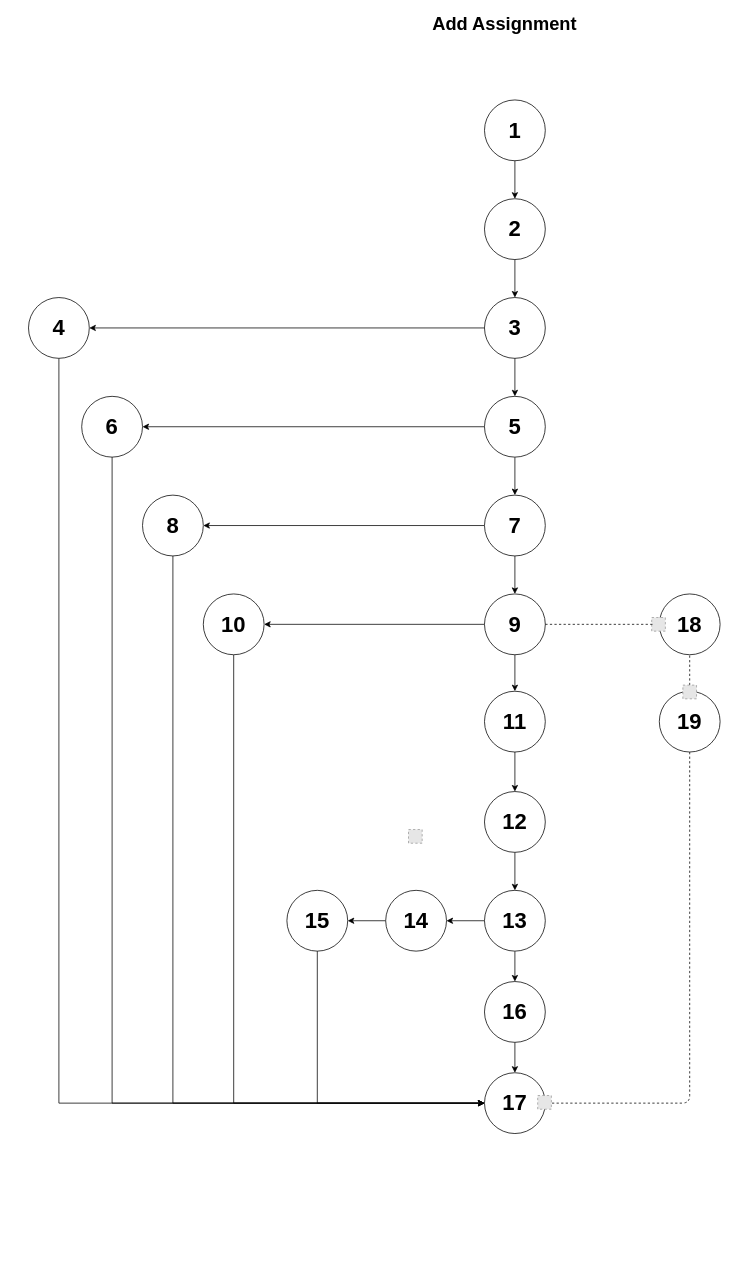
This is schema.drawio from andreideaconu/LabAssignAssess, a draw.io file, before an edit. Source tidied: cells renumbered, new cells numbered last; positions are measured from the earlier drawing's top-left corner, leaving out a move shared by most shapes. Both pictures are drawn from the tidied source at 76%, with x=0, y=0 at pixel (28, 16). Pictures stored in the file or linked from it are replaced by grey dashed boxes.
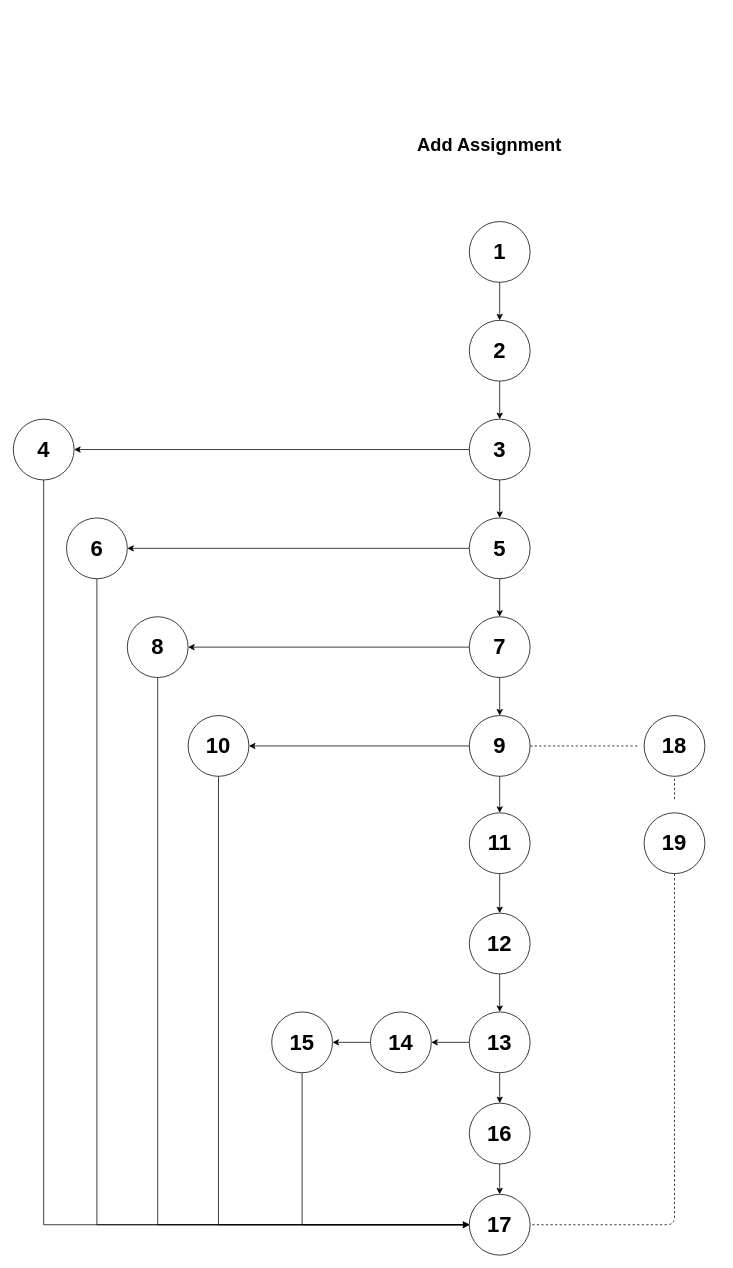
The same diagram, later.

What changed in the source:
```diff
@@
-    <mxCell id="2" style="group;" parent="1" vertex="1">
-      <mxGeometry width="910" height="1470" as="geometry" />
-    </mxCell>
-    <mxCell id="3" style="group;" parent="2" vertex="1">
-      <mxGeometry width="910" height="1470" as="geometry" />
-    </mxCell>
+    <mxCell id="40" style="edgeStyle=orthogonalEdgeStyle;rounded=0;jettySize=auto;html=1;" parent="1" edge="1" source="4" target="39">
+      <mxGeometry relative="1" as="geometry" />
+    </mxCell>
-    <mxCell id="4" value="&lt;font style=&quot;font-size: 29px&quot;&gt;&lt;b&gt;1&lt;/b&gt;&lt;/font&gt;" style="ellipse;whiteSpace=wrap;html=1;" parent="3" vertex="1">
-      <mxGeometry x="600" y="110" width="80" height="80" as="geometry" />
+    <mxCell id="4" value="&lt;font style=&quot;font-size: 29px&quot;&gt;&lt;b&gt;1&lt;/b&gt;&lt;/font&gt;" style="ellipse;whiteSpace=wrap;html=1;" parent="1" vertex="1">
+      <mxGeometry x="580" y="270" width="80" height="80" as="geometry" />
     </mxCell>
-    <mxCell id="5" value="&lt;font size=&quot;1&quot;&gt;&lt;b style=&quot;font-size: 24px&quot;&gt;Add Assignment&amp;nbsp;&lt;/b&gt;&lt;/font&gt;" style="text;html=1;strokeColor=none;fillColor=none;align=center;verticalAlign=middle;whiteSpace=wrap;rounded=0;" parent="3" vertex="1">
-      <mxGeometry x="480" width="300" height="20" as="geometry" />
+    <mxCell id="5" value="&lt;font size=&quot;1&quot;&gt;&lt;b style=&quot;font-size: 24px&quot;&gt;Add Assignment&amp;nbsp;&lt;/b&gt;&lt;/font&gt;" style="text;html=1;strokeColor=none;fillColor=none;align=center;verticalAlign=middle;whiteSpace=wrap;rounded=0;" parent="1" vertex="1">
+      <mxGeometry x="460" y="160" width="300" height="20" as="geometry" />
     </mxCell>
-    <mxCell id="6" value="&lt;font style=&quot;font-size: 29px&quot;&gt;&lt;b&gt;19&lt;/b&gt;&lt;/font&gt;" style="ellipse;whiteSpace=wrap;html=1;" parent="3" vertex="1">
-      <mxGeometry x="830" y="888" width="80" height="80" as="geometry" />
+    <mxCell id="6" value="&lt;font style=&quot;font-size: 29px&quot;&gt;&lt;b&gt;19&lt;/b&gt;&lt;/font&gt;" style="ellipse;whiteSpace=wrap;html=1;" parent="1" vertex="1">
+      <mxGeometry x="810" y="1048" width="80" height="80" as="geometry" />
     </mxCell>
+    <mxCell id="13" style="edgeStyle=orthogonalEdgeStyle;rounded=0;jettySize=auto;html=1;entryX=0;entryY=0.5;entryDx=0;entryDy=0;" parent="1" edge="1" source="7" target="12">
+      <mxGeometry relative="1" as="geometry">
+        <Array as="points">
+          <mxPoint x="90" y="700" />
+          <mxPoint x="90" y="1590" />
+        </Array>
+      </mxGeometry>
+    </mxCell>
-    <mxCell id="7" value="&lt;span style=&quot;font-size: 29px&quot;&gt;&lt;b&gt;6&lt;/b&gt;&lt;/span&gt;" style="ellipse;whiteSpace=wrap;html=1;" parent="3" vertex="1">
-      <mxGeometry x="70" y="500" width="80" height="80" as="geometry" />
+    <mxCell id="7" value="&lt;span style=&quot;font-size: 29px&quot;&gt;&lt;b&gt;6&lt;/b&gt;&lt;/span&gt;" style="ellipse;whiteSpace=wrap;html=1;" parent="1" vertex="1">
+      <mxGeometry x="50" y="660" width="80" height="80" as="geometry" />
     </mxCell>
-    <mxCell id="8" value="&lt;font style=&quot;font-size: 29px&quot;&gt;&lt;b&gt;18&lt;/b&gt;&lt;/font&gt;" style="ellipse;whiteSpace=wrap;html=1;" parent="3" vertex="1">
-      <mxGeometry x="830" y="760" width="80" height="80" as="geometry" />
+    <mxCell id="8" value="&lt;font style=&quot;font-size: 29px&quot;&gt;&lt;b&gt;18&lt;/b&gt;&lt;/font&gt;" style="ellipse;whiteSpace=wrap;html=1;" parent="1" vertex="1">
+      <mxGeometry x="810" y="920" width="80" height="80" as="geometry" />
     </mxCell>
+    <mxCell id="14" style="edgeStyle=orthogonalEdgeStyle;rounded=0;jettySize=auto;html=1;entryX=0;entryY=0.5;entryDx=0;entryDy=0;exitX=0.5;exitY=1;exitDx=0;exitDy=0;" parent="1" edge="1" source="9" target="12">
+      <mxGeometry relative="1" as="geometry">
+        <Array as="points">
+          <mxPoint x="360" y="1590" />
+        </Array>
+      </mxGeometry>
+    </mxCell>
-    <mxCell id="9" value="&lt;font style=&quot;font-size: 29px&quot;&gt;&lt;b&gt;15&lt;/b&gt;&lt;/font&gt;" style="ellipse;whiteSpace=wrap;html=1;" parent="3" vertex="1">
-      <mxGeometry x="340" y="1150" width="80" height="80" as="geometry" />
+    <mxCell id="9" value="&lt;font style=&quot;font-size: 29px&quot;&gt;&lt;b&gt;15&lt;/b&gt;&lt;/font&gt;" style="ellipse;whiteSpace=wrap;html=1;" parent="1" vertex="1">
+      <mxGeometry x="320" y="1310" width="80" height="80" as="geometry" />
     </mxCell>
-    <mxCell id="10" style="edgeStyle=orthogonalEdgeStyle;rounded=0;jettySize=auto;html=1;entryX=1;entryY=0.5;entryDx=0;entryDy=0;" parent="3" edge="1" source="11" target="9">
+    <mxCell id="10" style="edgeStyle=orthogonalEdgeStyle;rounded=0;jettySize=auto;html=1;entryX=1;entryY=0.5;entryDx=0;entryDy=0;" parent="1" edge="1" source="11" target="9">
       <mxGeometry relative="1" as="geometry" />
     </mxCell>
-    <mxCell id="11" value="&lt;font style=&quot;font-size: 29px&quot;&gt;&lt;b&gt;14&lt;/b&gt;&lt;/font&gt;" style="ellipse;whiteSpace=wrap;html=1;" parent="3" vertex="1">
-      <mxGeometry x="470" y="1150" width="80" height="80" as="geometry" />
+    <mxCell id="11" value="&lt;font style=&quot;font-size: 29px&quot;&gt;&lt;b&gt;14&lt;/b&gt;&lt;/font&gt;" style="ellipse;whiteSpace=wrap;html=1;" parent="1" vertex="1">
+      <mxGeometry x="450" y="1310" width="80" height="80" as="geometry" />
     </mxCell>
-    <mxCell id="12" value="&lt;font style=&quot;font-size: 29px&quot;&gt;&lt;b&gt;17&lt;/b&gt;&lt;/font&gt;" style="ellipse;whiteSpace=wrap;html=1;" parent="3" vertex="1">
-      <mxGeometry x="600" y="1390" width="80" height="80" as="geometry" />
+    <mxCell id="12" value="&lt;font style=&quot;font-size: 29px&quot;&gt;&lt;b&gt;17&lt;/b&gt;&lt;/font&gt;" style="ellipse;whiteSpace=wrap;html=1;" parent="1" vertex="1">
+      <mxGeometry x="580" y="1550" width="80" height="80" as="geometry" />
     </mxCell>
-    <mxCell id="13" style="edgeStyle=orthogonalEdgeStyle;rounded=0;jettySize=auto;html=1;entryX=0;entryY=0.5;entryDx=0;entryDy=0;" parent="3" edge="1" source="7" target="12">
-      <mxGeometry relative="1" as="geometry">
-        <Array as="points">
-          <mxPoint x="110" y="540" />
-          <mxPoint x="110" y="1430" />
-        </Array>
-      </mxGeometry>
-    </mxCell>
-    <mxCell id="14" style="edgeStyle=orthogonalEdgeStyle;rounded=0;jettySize=auto;html=1;entryX=0;entryY=0.5;entryDx=0;entryDy=0;exitX=0.5;exitY=1;exitDx=0;exitDy=0;" parent="3" edge="1" source="9" target="12">
-      <mxGeometry relative="1" as="geometry">
-        <Array as="points">
-          <mxPoint x="380" y="1430" />
-        </Array>
-      </mxGeometry>
-    </mxCell>
-    <mxCell id="15" style="edgeStyle=orthogonalEdgeStyle;rounded=0;jettySize=auto;html=1;" parent="3" edge="1" source="16" target="12">
+    <mxCell id="15" style="edgeStyle=orthogonalEdgeStyle;rounded=0;jettySize=auto;html=1;" parent="1" edge="1" source="16" target="12">
       <mxGeometry relative="1" as="geometry" />
     </mxCell>
-    <mxCell id="16" value="&lt;font style=&quot;font-size: 29px&quot;&gt;&lt;b&gt;16&lt;/b&gt;&lt;/font&gt;" style="ellipse;whiteSpace=wrap;html=1;" parent="3" vertex="1">
-      <mxGeometry x="600" y="1270" width="80" height="80" as="geometry" />
+    <mxCell id="16" value="&lt;font style=&quot;font-size: 29px&quot;&gt;&lt;b&gt;16&lt;/b&gt;&lt;/font&gt;" style="ellipse;whiteSpace=wrap;html=1;" parent="1" vertex="1">
+      <mxGeometry x="580" y="1430" width="80" height="80" as="geometry" />
     </mxCell>
-    <mxCell id="17" style="edgeStyle=orthogonalEdgeStyle;rounded=0;jettySize=auto;html=1;" parent="3" edge="1" source="19" target="16">
+    <mxCell id="17" style="edgeStyle=orthogonalEdgeStyle;rounded=0;jettySize=auto;html=1;" parent="1" edge="1" source="19" target="16">
       <mxGeometry relative="1" as="geometry" />
     </mxCell>
-    <mxCell id="18" style="edgeStyle=orthogonalEdgeStyle;rounded=0;jettySize=auto;html=1;entryX=1;entryY=0.5;entryDx=0;entryDy=0;" parent="3" edge="1" source="19" target="11">
+    <mxCell id="18" style="edgeStyle=orthogonalEdgeStyle;rounded=0;jettySize=auto;html=1;entryX=1;entryY=0.5;entryDx=0;entryDy=0;" parent="1" edge="1" source="19" target="11">
       <mxGeometry relative="1" as="geometry" />
     </mxCell>
-    <mxCell id="19" value="&lt;font style=&quot;font-size: 29px&quot;&gt;&lt;b&gt;13&lt;/b&gt;&lt;/font&gt;" style="ellipse;whiteSpace=wrap;html=1;" parent="3" vertex="1">
-      <mxGeometry x="600" y="1150" width="80" height="80" as="geometry" />
+    <mxCell id="19" value="&lt;font style=&quot;font-size: 29px&quot;&gt;&lt;b&gt;13&lt;/b&gt;&lt;/font&gt;" style="ellipse;whiteSpace=wrap;html=1;" parent="1" vertex="1">
+      <mxGeometry x="580" y="1310" width="80" height="80" as="geometry" />
     </mxCell>
-    <mxCell id="20" style="edgeStyle=orthogonalEdgeStyle;rounded=0;jettySize=auto;html=1;entryX=0.5;entryY=0;entryDx=0;entryDy=0;" parent="3" edge="1" source="21" target="19">
+    <mxCell id="20" style="edgeStyle=orthogonalEdgeStyle;rounded=0;jettySize=auto;html=1;entryX=0.5;entryY=0;entryDx=0;entryDy=0;" parent="1" edge="1" source="21" target="19">
       <mxGeometry relative="1" as="geometry" />
     </mxCell>
-    <mxCell id="21" value="&lt;font style=&quot;font-size: 29px&quot;&gt;&lt;b&gt;12&lt;/b&gt;&lt;/font&gt;" style="ellipse;whiteSpace=wrap;html=1;" parent="3" vertex="1">
-      <mxGeometry x="600" y="1020" width="80" height="80" as="geometry" />
+    <mxCell id="21" value="&lt;font style=&quot;font-size: 29px&quot;&gt;&lt;b&gt;12&lt;/b&gt;&lt;/font&gt;" style="ellipse;whiteSpace=wrap;html=1;" parent="1" vertex="1">
+      <mxGeometry x="580" y="1180" width="80" height="80" as="geometry" />
     </mxCell>
-    <mxCell id="22" style="edgeStyle=orthogonalEdgeStyle;rounded=0;jettySize=auto;html=1;" parent="3" edge="1" source="23" target="21">
+    <mxCell id="22" style="edgeStyle=orthogonalEdgeStyle;rounded=0;jettySize=auto;html=1;" parent="1" edge="1" source="23" target="21">
       <mxGeometry relative="1" as="geometry" />
     </mxCell>
-    <mxCell id="23" value="&lt;font style=&quot;font-size: 29px&quot;&gt;&lt;b&gt;11&lt;/b&gt;&lt;/font&gt;" style="ellipse;whiteSpace=wrap;html=1;" parent="3" vertex="1">
-      <mxGeometry x="600" y="888" width="80" height="80" as="geometry" />
+    <mxCell id="23" value="&lt;font style=&quot;font-size: 29px&quot;&gt;&lt;b&gt;11&lt;/b&gt;&lt;/font&gt;" style="ellipse;whiteSpace=wrap;html=1;" parent="1" vertex="1">
+      <mxGeometry x="580" y="1048" width="80" height="80" as="geometry" />
     </mxCell>
-    <mxCell id="24" style="edgeStyle=orthogonalEdgeStyle;rounded=0;jettySize=auto;html=1;entryX=0;entryY=0.5;entryDx=0;entryDy=0;" parent="3" edge="1" source="25" target="12">
+    <mxCell id="24" style="edgeStyle=orthogonalEdgeStyle;rounded=0;jettySize=auto;html=1;entryX=0;entryY=0.5;entryDx=0;entryDy=0;" parent="1" edge="1" source="25" target="12">
       <mxGeometry relative="1" as="geometry">
         <Array as="points">
-          <mxPoint x="270" y="1430" />
+          <mxPoint x="250" y="1590" />
         </Array>
       </mxGeometry>
     </mxCell>
-    <mxCell id="25" value="&lt;font style=&quot;font-size: 29px&quot;&gt;&lt;b&gt;10&lt;/b&gt;&lt;/font&gt;" style="ellipse;whiteSpace=wrap;html=1;" parent="3" vertex="1">
-      <mxGeometry x="230" y="760" width="80" height="80" as="geometry" />
+    <mxCell id="25" value="&lt;font style=&quot;font-size: 29px&quot;&gt;&lt;b&gt;10&lt;/b&gt;&lt;/font&gt;" style="ellipse;whiteSpace=wrap;html=1;" parent="1" vertex="1">
+      <mxGeometry x="210" y="920" width="80" height="80" as="geometry" />
     </mxCell>
-    <mxCell id="26" style="edgeStyle=orthogonalEdgeStyle;rounded=0;jettySize=auto;html=1;entryX=1;entryY=0.5;entryDx=0;entryDy=0;" parent="3" edge="1" source="28" target="25">
+    <mxCell id="26" style="edgeStyle=orthogonalEdgeStyle;rounded=0;jettySize=auto;html=1;entryX=1;entryY=0.5;entryDx=0;entryDy=0;" parent="1" edge="1" source="28" target="25">
       <mxGeometry relative="1" as="geometry" />
     </mxCell>
-    <mxCell id="27" style="edgeStyle=orthogonalEdgeStyle;rounded=0;jettySize=auto;html=1;" parent="3" edge="1" source="28" target="23">
+    <mxCell id="27" style="edgeStyle=orthogonalEdgeStyle;rounded=0;jettySize=auto;html=1;" parent="1" edge="1" source="28" target="23">
       <mxGeometry relative="1" as="geometry" />
     </mxCell>
-    <mxCell id="28" value="&lt;span style=&quot;font-size: 29px&quot;&gt;&lt;b&gt;9&lt;/b&gt;&lt;/span&gt;" style="ellipse;whiteSpace=wrap;html=1;" parent="3" vertex="1">
-      <mxGeometry x="600" y="760" width="80" height="80" as="geometry" />
+    <mxCell id="28" value="&lt;span style=&quot;font-size: 29px&quot;&gt;&lt;b&gt;9&lt;/b&gt;&lt;/span&gt;" style="ellipse;whiteSpace=wrap;html=1;" parent="1" vertex="1">
+      <mxGeometry x="580" y="920" width="80" height="80" as="geometry" />
     </mxCell>
-    <mxCell id="29" style="edgeStyle=orthogonalEdgeStyle;rounded=0;jettySize=auto;html=1;entryX=0;entryY=0.5;entryDx=0;entryDy=0;" parent="3" edge="1" source="30" target="12">
+    <mxCell id="29" style="edgeStyle=orthogonalEdgeStyle;rounded=0;jettySize=auto;html=1;entryX=0;entryY=0.5;entryDx=0;entryDy=0;" parent="1" edge="1" source="30" target="12">
       <mxGeometry relative="1" as="geometry">
         <Array as="points">
-          <mxPoint x="190" y="670" />
-          <mxPoint x="190" y="1430" />
+          <mxPoint x="170" y="830" />
+          <mxPoint x="170" y="1590" />
         </Array>
       </mxGeometry>
     </mxCell>
-    <mxCell id="30" value="&lt;span style=&quot;font-size: 29px&quot;&gt;&lt;b&gt;8&lt;/b&gt;&lt;/span&gt;" style="ellipse;whiteSpace=wrap;html=1;" parent="3" vertex="1">
-      <mxGeometry x="150" y="630" width="80" height="80" as="geometry" />
+    <mxCell id="30" value="&lt;span style=&quot;font-size: 29px&quot;&gt;&lt;b&gt;8&lt;/b&gt;&lt;/span&gt;" style="ellipse;whiteSpace=wrap;html=1;" parent="1" vertex="1">
+      <mxGeometry x="130" y="790" width="80" height="80" as="geometry" />
     </mxCell>
-    <mxCell id="31" style="edgeStyle=orthogonalEdgeStyle;rounded=0;jettySize=auto;html=1;" parent="3" edge="1" source="33" target="30">
+    <mxCell id="31" style="edgeStyle=orthogonalEdgeStyle;rounded=0;jettySize=auto;html=1;" parent="1" edge="1" source="33" target="30">
       <mxGeometry relative="1" as="geometry" />
     </mxCell>
-    <mxCell id="32" style="edgeStyle=orthogonalEdgeStyle;rounded=0;jettySize=auto;html=1;exitX=0.5;exitY=1;exitDx=0;exitDy=0;" parent="3" edge="1" source="33" target="28">
+    <mxCell id="32" style="edgeStyle=orthogonalEdgeStyle;rounded=0;jettySize=auto;html=1;exitX=0.5;exitY=1;exitDx=0;exitDy=0;" parent="1" edge="1" source="33" target="28">
       <mxGeometry relative="1" as="geometry" />
     </mxCell>
-    <mxCell id="33" value="&lt;span style=&quot;font-size: 29px&quot;&gt;&lt;b&gt;7&lt;/b&gt;&lt;/span&gt;" style="ellipse;whiteSpace=wrap;html=1;" parent="3" vertex="1">
-      <mxGeometry x="600" y="630" width="80" height="80" as="geometry" />
+    <mxCell id="33" value="&lt;span style=&quot;font-size: 29px&quot;&gt;&lt;b&gt;7&lt;/b&gt;&lt;/span&gt;" style="ellipse;whiteSpace=wrap;html=1;" parent="1" vertex="1">
+      <mxGeometry x="580" y="790" width="80" height="80" as="geometry" />
     </mxCell>
-    <mxCell id="34" style="edgeStyle=orthogonalEdgeStyle;rounded=0;jettySize=auto;html=1;entryX=0;entryY=0.5;entryDx=0;entryDy=0;" parent="3" edge="1" source="35" target="12">
+    <mxCell id="34" style="edgeStyle=orthogonalEdgeStyle;rounded=0;jettySize=auto;html=1;entryX=0;entryY=0.5;entryDx=0;entryDy=0;" parent="1" edge="1" source="35" target="12">
       <mxGeometry relative="1" as="geometry">
         <Array as="points">
-          <mxPoint x="40" y="410" />
-          <mxPoint x="40" y="1430" />
+          <mxPoint x="20" y="570" />
+          <mxPoint x="20" y="1590" />
         </Array>
       </mxGeometry>
     </mxCell>
-    <mxCell id="35" value="&lt;span style=&quot;font-size: 29px&quot;&gt;&lt;b&gt;4&lt;/b&gt;&lt;/span&gt;" style="ellipse;whiteSpace=wrap;html=1;" parent="3" vertex="1">
-      <mxGeometry y="370" width="80" height="80" as="geometry" />
+    <mxCell id="35" value="&lt;span style=&quot;font-size: 29px&quot;&gt;&lt;b&gt;4&lt;/b&gt;&lt;/span&gt;" style="ellipse;whiteSpace=wrap;html=1;" parent="1" vertex="1">
+      <mxGeometry x="-20" y="530" width="80" height="80" as="geometry" />
     </mxCell>
+    <mxCell id="44" style="edgeStyle=orthogonalEdgeStyle;rounded=0;jettySize=auto;html=1;" parent="1" edge="1" source="37" target="43">
+      <mxGeometry relative="1" as="geometry" />
+    </mxCell>
-    <mxCell id="36" style="edgeStyle=orthogonalEdgeStyle;rounded=0;jettySize=auto;html=1;entryX=1;entryY=0.5;entryDx=0;entryDy=0;" parent="3" edge="1" source="37" target="35">
+    <mxCell id="36" style="edgeStyle=orthogonalEdgeStyle;rounded=0;jettySize=auto;html=1;entryX=1;entryY=0.5;entryDx=0;entryDy=0;" parent="1" edge="1" source="37" target="35">
       <mxGeometry relative="1" as="geometry" />
     </mxCell>
-    <mxCell id="37" value="&lt;span style=&quot;font-size: 29px&quot;&gt;&lt;b&gt;3&lt;/b&gt;&lt;/span&gt;" style="ellipse;whiteSpace=wrap;html=1;" parent="3" vertex="1">
-      <mxGeometry x="600" y="370" width="80" height="80" as="geometry" />
+    <mxCell id="37" value="&lt;span style=&quot;font-size: 29px&quot;&gt;&lt;b&gt;3&lt;/b&gt;&lt;/span&gt;" style="ellipse;whiteSpace=wrap;html=1;" parent="1" vertex="1">
+      <mxGeometry x="580" y="530" width="80" height="80" as="geometry" />
     </mxCell>
-    <mxCell id="38" style="edgeStyle=orthogonalEdgeStyle;rounded=0;jettySize=auto;html=1;" parent="3" edge="1" source="39" target="37">
+    <mxCell id="38" style="edgeStyle=orthogonalEdgeStyle;rounded=0;jettySize=auto;html=1;" parent="1" edge="1" source="39" target="37">
       <mxGeometry relative="1" as="geometry" />
     </mxCell>
-    <mxCell id="39" value="&lt;span style=&quot;font-size: 29px&quot;&gt;&lt;b&gt;2&lt;/b&gt;&lt;/span&gt;" style="ellipse;whiteSpace=wrap;html=1;" parent="3" vertex="1">
-      <mxGeometry x="600" y="240" width="80" height="80" as="geometry" />
+    <mxCell id="39" value="&lt;span style=&quot;font-size: 29px&quot;&gt;&lt;b&gt;2&lt;/b&gt;&lt;/span&gt;" style="ellipse;whiteSpace=wrap;html=1;" parent="1" vertex="1">
+      <mxGeometry x="580" y="400" width="80" height="80" as="geometry" />
     </mxCell>
-    <mxCell id="40" style="edgeStyle=orthogonalEdgeStyle;rounded=0;jettySize=auto;html=1;" parent="3" edge="1" source="4" target="39">
-      <mxGeometry relative="1" as="geometry" />
-    </mxCell>
-    <mxCell id="41" style="edgeStyle=orthogonalEdgeStyle;rounded=0;jettySize=auto;html=1;entryX=1;entryY=0.5;entryDx=0;entryDy=0;" parent="3" edge="1" source="43" target="7">
+    <mxCell id="41" style="edgeStyle=orthogonalEdgeStyle;rounded=0;jettySize=auto;html=1;entryX=1;entryY=0.5;entryDx=0;entryDy=0;" parent="1" edge="1" source="43" target="7">
       <mxGeometry relative="1" as="geometry" />
     </mxCell>
-    <mxCell id="42" style="edgeStyle=orthogonalEdgeStyle;rounded=0;jettySize=auto;html=1;" parent="3" edge="1" source="43" target="33">
+    <mxCell id="42" style="edgeStyle=orthogonalEdgeStyle;rounded=0;jettySize=auto;html=1;" parent="1" edge="1" source="43" target="33">
       <mxGeometry relative="1" as="geometry" />
     </mxCell>
-    <mxCell id="43" value="&lt;span style=&quot;font-size: 29px&quot;&gt;&lt;b&gt;5&lt;/b&gt;&lt;/span&gt;" style="ellipse;whiteSpace=wrap;html=1;" parent="3" vertex="1">
-      <mxGeometry x="600" y="500" width="80" height="80" as="geometry" />
+    <mxCell id="43" value="&lt;span style=&quot;font-size: 29px&quot;&gt;&lt;b&gt;5&lt;/b&gt;&lt;/span&gt;" style="ellipse;whiteSpace=wrap;html=1;" parent="1" vertex="1">
+      <mxGeometry x="580" y="660" width="80" height="80" as="geometry" />
     </mxCell>
-    <mxCell id="44" style="edgeStyle=orthogonalEdgeStyle;rounded=0;jettySize=auto;html=1;" parent="3" edge="1" source="37" target="43">
-      <mxGeometry relative="1" as="geometry" />
-    </mxCell>
-    <mxCell id="45" style="endArrow=none;dashed=1;html=1;exitX=0.5;exitY=0;exitDx=0;exitDy=0;entryX=0.5;entryY=1;entryDx=0;entryDy=0;" parent="3" edge="1" source="50" target="8">
-      <mxGeometry relative="1" as="geometry" />
+    <mxCell id="45" style="endArrow=none;dashed=1;html=1;exitX=0.5;exitY=0;exitDx=0;exitDy=0;entryX=0.5;entryY=1;entryDx=0;entryDy=0;" parent="1" edge="1" target="8">
+      <mxGeometry relative="1" as="geometry">
+        <mxPoint x="850" y="1030" as="sourcePoint" />
+      </mxGeometry>
     </mxCell>
-    <mxCell id="46" style="endArrow=none;dashed=1;html=1;" parent="3" edge="1" source="6">
+    <mxCell id="46" style="endArrow=none;dashed=1;html=1;" parent="1" edge="1" source="6">
       <mxGeometry relative="1" as="geometry">
-        <mxPoint x="682" y="1430" as="targetPoint" />
+        <mxPoint x="662" y="1590" as="targetPoint" />
         <Array as="points">
-          <mxPoint x="870" y="1430" />
+          <mxPoint x="850" y="1590" />
         </Array>
       </mxGeometry>
     </mxCell>
-    <mxCell id="47" style="fillColor=#E6E6E6;strokeColor=#999999;dashed=1;html=1;verticalAlign=top;verticalLabelPosition=bottom;labelBackgroundColor=#ffffff;" parent="3" vertex="1">
-      <mxGeometry x="500" y="1070" width="18" height="18" as="geometry" />
-    </mxCell>
-    <mxCell id="48" style="fillColor=#E6E6E6;strokeColor=#999999;dashed=1;html=1;verticalAlign=top;verticalLabelPosition=bottom;labelBackgroundColor=#ffffff;rotation=-90;" parent="3" vertex="1">
-      <mxGeometry x="820" y="791" width="18" height="18" as="geometry" />
-    </mxCell>
-    <mxCell id="49" style="endArrow=none;dashed=1;html=1;strokeColor=#000000;targetPerimeterSpacing=-4;" parent="3" edge="1" source="28" target="48">
-      <mxGeometry relative="1" as="geometry" />
+    <mxCell id="49" style="endArrow=none;dashed=1;html=1;strokeColor=#000000;targetPerimeterSpacing=-4;" parent="1" edge="1" source="28">
+      <mxGeometry relative="1" as="geometry">
+        <mxPoint x="804" y="960" as="targetPoint" />
+      </mxGeometry>
     </mxCell>
-    <mxCell id="50" style="fillColor=#E6E6E6;strokeColor=#999999;dashed=1;html=1;verticalAlign=top;verticalLabelPosition=bottom;labelBackgroundColor=#ffffff;rotation=0;" parent="3" vertex="1">
-      <mxGeometry x="861" y="880" width="18" height="18" as="geometry" />
-    </mxCell>
-    <mxCell id="51" style="fillColor=#E6E6E6;strokeColor=#999999;dashed=1;html=1;verticalAlign=top;verticalLabelPosition=bottom;labelBackgroundColor=#ffffff;" parent="3" vertex="1">
-      <mxGeometry x="670" y="1420" width="18" height="18" as="geometry" />
-    </mxCell>
```
